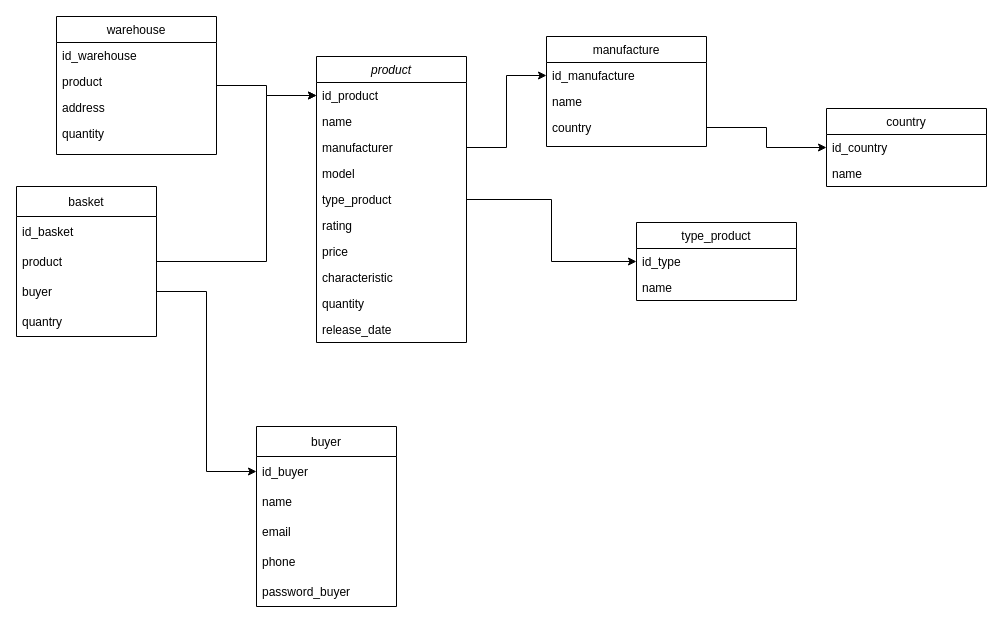
Earlier version of the draw.io diagram hardware_store/chart db.drawio (LittleChakChakChak/database_basics). Source tidied: cells renumbered, new cells numbered last; positions are measured from the earlier drawing's top-left corner, leaving out a move shared by most shapes. Both pictures are drawn from the tidied source at 100%, with x=0, y=0 at pixel (16, 16).
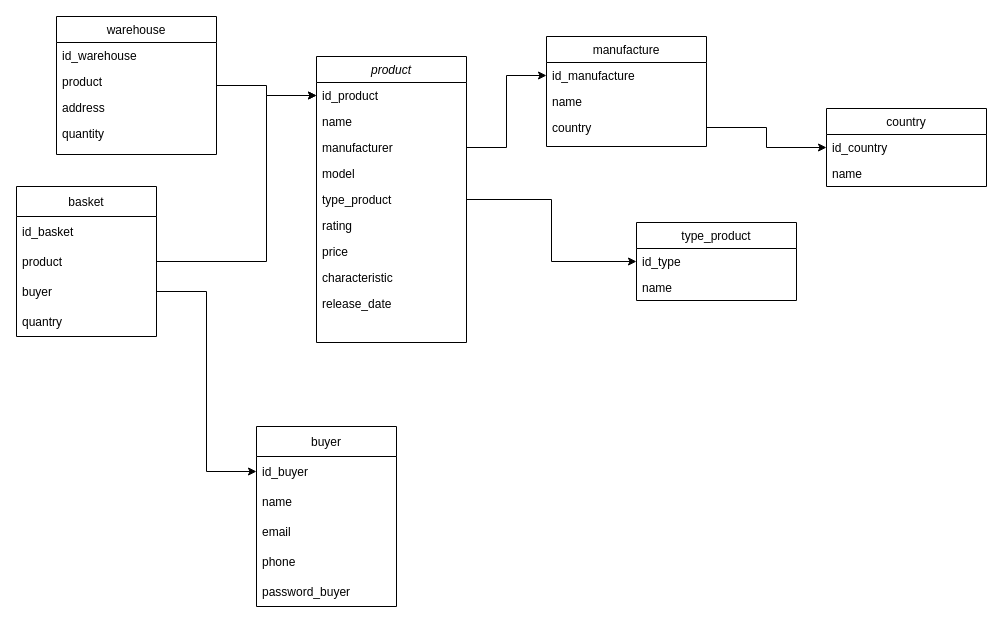
After the change.

Commit message (it also covers changes not shown here):
Проектирование и создание БД

Unchanged cells that the change refers to:
```xml
<mxCell id="2" value="product" style="swimlane;fontStyle=2;align=center;verticalAlign=top;horizontal=1;startSize=26;rounded=0;shadow=0;strokeWidth=1;" parent="1" vertex="1">
  <mxGeometry x="300" y="40" width="150" height="286" as="geometry" />
</mxCell>
```

Change to the diagram source:
```diff
@@
-    <mxCell id="11" value="quantity" style="text;align=left;verticalAlign=top;spacingLeft=4;spacingRight=4;overflow=hidden;rounded=0;shadow=0;html=0;" parent="2" vertex="1">
-      <mxGeometry y="234" width="150" height="26" as="geometry" />
-    </mxCell>
     <mxCell id="12" value="release_date" style="text;align=left;verticalAlign=top;spacingLeft=4;spacingRight=4;overflow=hidden;rounded=0;shadow=0;html=0;" parent="2" vertex="1">
-      <mxGeometry y="260" width="150" height="26" as="geometry" />
+      <mxGeometry y="234" width="150" height="26" as="geometry" />
     </mxCell>
```
